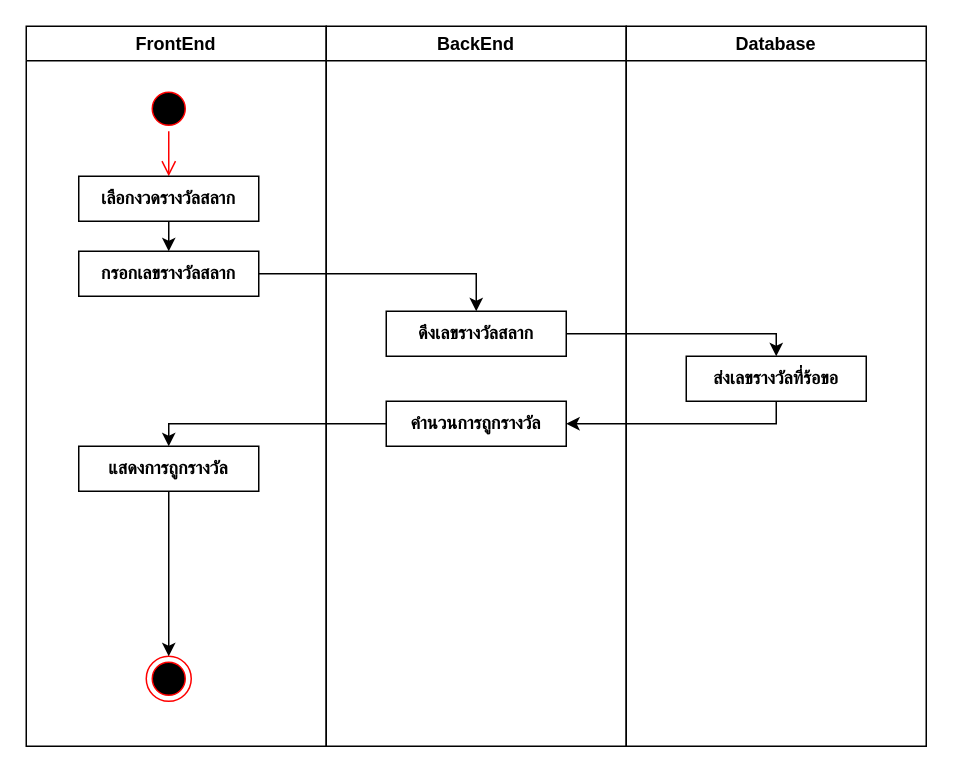
Before: page "ActivityDiagram" (4 of 6) of app/Untitled Diagram.drawio in ht101010/MotivationSUT, a draw.io diagram. Source tidied: cells renumbered, new cells numbered last; positions are measured from the earlier drawing's top-left corner, leaving out a move shared by most shapes. Both pictures are drawn from the tidied source at 150%, with x=0, y=0 at pixel (26, 26).
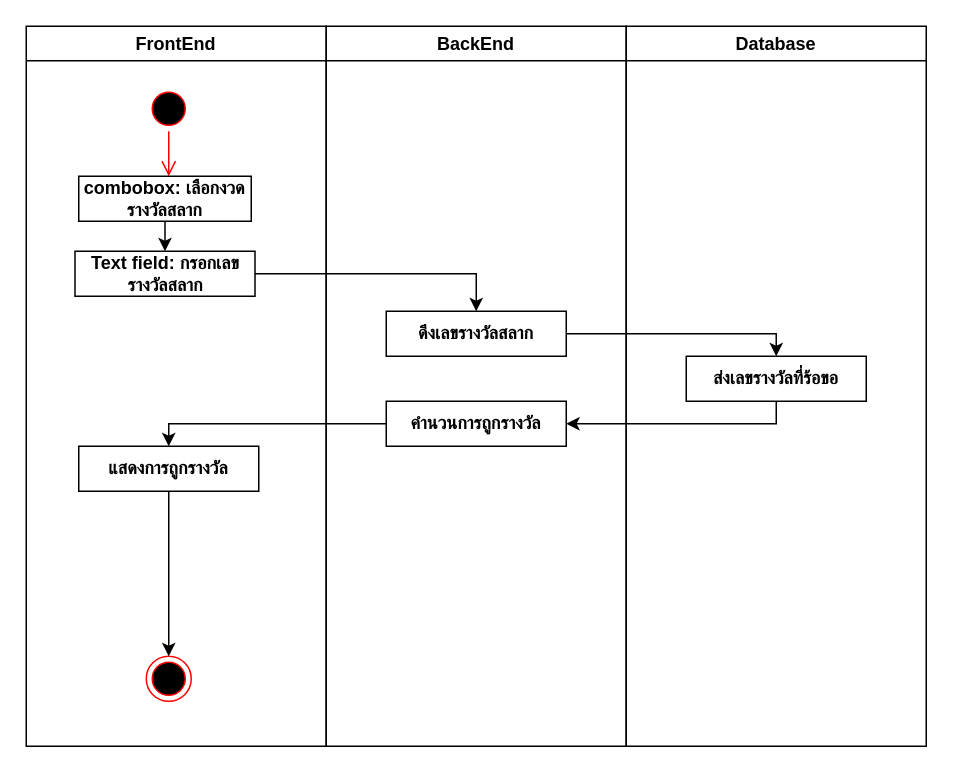
The same page after the edit.

Diff of the diagram source:
```diff
@@
-    <mxCell id="8" value="กรอกเลขรางวัลสลาก" style="rounded=0;whiteSpace=wrap;html=1;strokeColor=default;align=center;verticalAlign=middle;fontFamily=Helvetica;fontSize=12;fontColor=default;fontStyle=1;fillColor=default;" parent="1" vertex="1">
-      <mxGeometry x="35" y="150" width="120" height="30" as="geometry" />
+    <mxCell id="8" value="Text field: กรอกเลขรางวัลสลาก" style="rounded=0;whiteSpace=wrap;html=1;strokeColor=default;align=center;verticalAlign=middle;fontFamily=Helvetica;fontSize=12;fontColor=default;fontStyle=1;fillColor=default;" parent="1" vertex="1">
+      <mxGeometry x="32.5" y="150" width="120" height="30" as="geometry" />
     </mxCell>
@@
-    <mxCell id="10" value="เลือกงวดรางวัลสลาก" style="rounded=0;whiteSpace=wrap;html=1;strokeColor=default;align=center;verticalAlign=middle;fontFamily=Helvetica;fontSize=12;fontColor=default;fontStyle=1;fillColor=default;" parent="1" vertex="1">
-      <mxGeometry x="35" y="100" width="120" height="30" as="geometry" />
+    <mxCell id="10" value="combobox: เลือกงวดรางวัลสลาก" style="rounded=0;whiteSpace=wrap;html=1;strokeColor=default;align=center;verticalAlign=middle;fontFamily=Helvetica;fontSize=12;fontColor=default;fontStyle=1;fillColor=default;" parent="1" vertex="1">
+      <mxGeometry x="35" y="100" width="115" height="30" as="geometry" />
     </mxCell>
```
